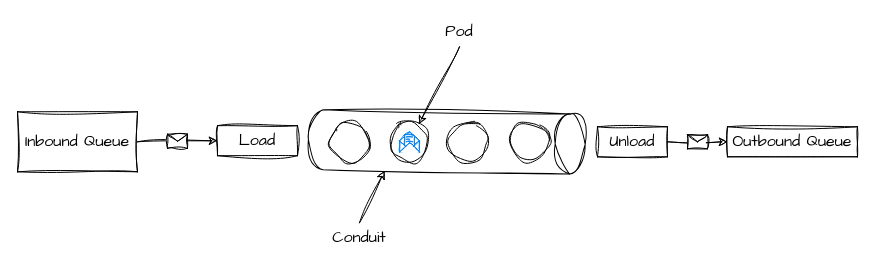
This is page "Conduit" (1 of 2) of docs/assets/images/srloader.drawio from calhuskerfan/calhuskerfan.github.io, a draw.io file, before an edit. Source tidied: cells renumbered, new cells numbered last; positions are measured from the earlier drawing's top-left corner, leaving out a move shared by most shapes. Both pictures are drawn from the tidied source at 100%, with x=0, y=0 at pixel (17, 3).
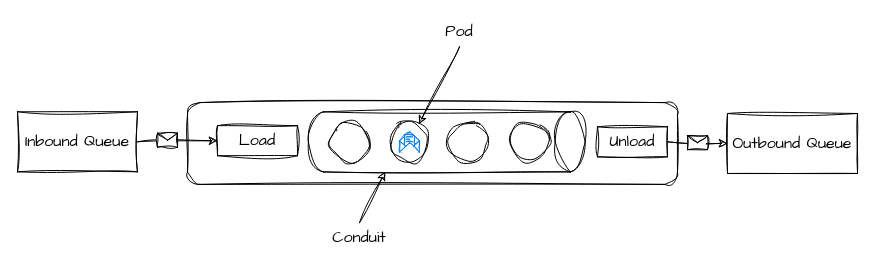
The same diagram, later.

The change refers to these unchanged cells:
```xml
<mxCell id="14" style="endArrow=classic;html=1;rounded=0;entryX=0;entryY=0.5;entryDx=0;entryDy=0;sketch=1;curveFitting=1;jiggle=2;fontFamily=Comic Sans MS;fontSize=16;exitX=1;exitY=0.5;exitDx=0;exitDy=0;" parent="1" edge="1" source="3" target="9">
  <mxGeometry relative="1" as="geometry" />
</mxCell>
```

The edit, as a diff of the source:
```diff
@@
+    <mxCell id="20" style="rounded=1;whiteSpace=wrap;html=1;sketch=1;curveFitting=1;jiggle=2;" parent="1" vertex="1">
+      <mxGeometry x="170" y="99.1" width="490" height="81.8" as="geometry" />
+    </mxCell>
-    <mxCell id="2" style="shape=cylinder3;whiteSpace=wrap;html=1;boundedLbl=1;backgroundOutline=1;size=15;rotation=91;sketch=1;curveFitting=1;jiggle=2;fontSize=16;" parent="1" vertex="1">
+    <mxCell id="2" style="shape=cylinder3;whiteSpace=wrap;html=1;boundedLbl=1;backgroundOutline=1;size=15;rotation=90;sketch=1;curveFitting=1;jiggle=2;fontSize=16;" parent="1" vertex="1">
       <mxGeometry x="399.3" width="60" height="276.8" as="geometry" />
     </mxCell>
@@
     <mxCell id="4" value="Outbound Queue" style="rounded=0;whiteSpace=wrap;html=1;fontFamily=Comic Sans MS;fontSize=16;sketch=1;curveFitting=1;jiggle=2;" parent="1" vertex="1">
-      <mxGeometry x="710" y="123.3" width="130" height="30" as="geometry" />
+      <mxGeometry x="710" y="110" width="130" height="60" as="geometry" />
     </mxCell>
@@
     <mxCell id="15" style="shape=message;html=1;sketch=1;curveFitting=1;jiggle=2;fontFamily=Comic Sans MS;fontSize=16;" parent="14" vertex="1">
       <mxGeometry width="20" height="14" relative="1" as="geometry">
-        <mxPoint x="-10" y="-7" as="offset" />
+        <mxPoint x="-20" y="-8" as="offset" />
       </mxGeometry>
     </mxCell>
```
